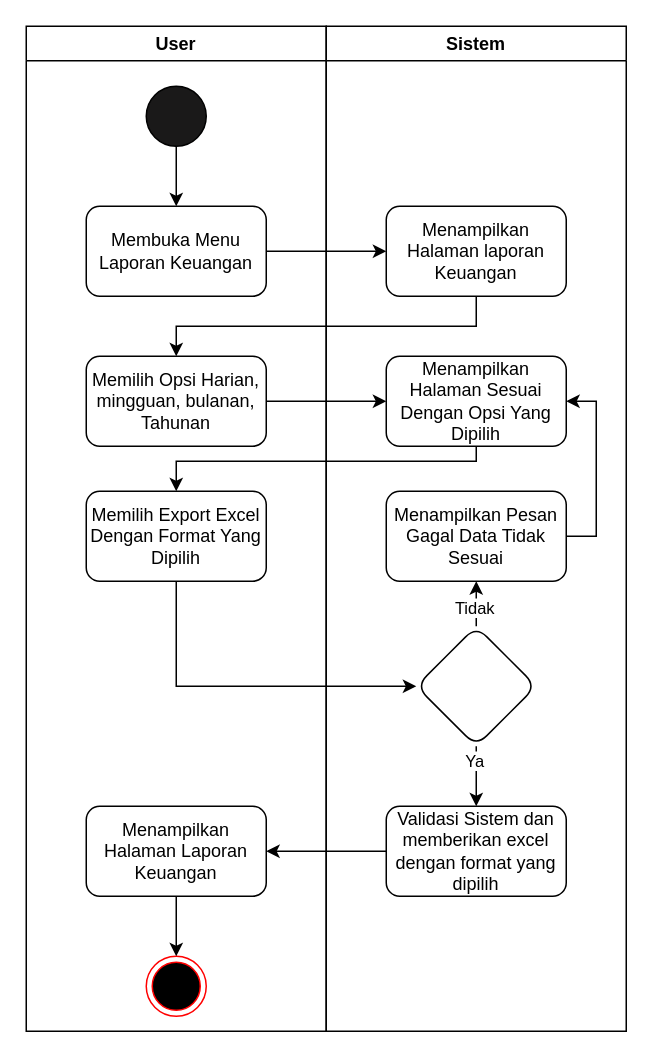
Before: page "Laporan Keunagan - pemilik" (11 of 14) of Doc/UseCase/Feby-1.drawio in gustitriprayoga/sistem-umkm-feby, a draw.io diagram. Source tidied: cells renumbered, new cells numbered last; positions are measured from the earlier drawing's top-left corner, leaving out a move shared by most shapes. Both pictures are drawn from the tidied source at 150%, with x=0, y=0 at pixel (26, 26).
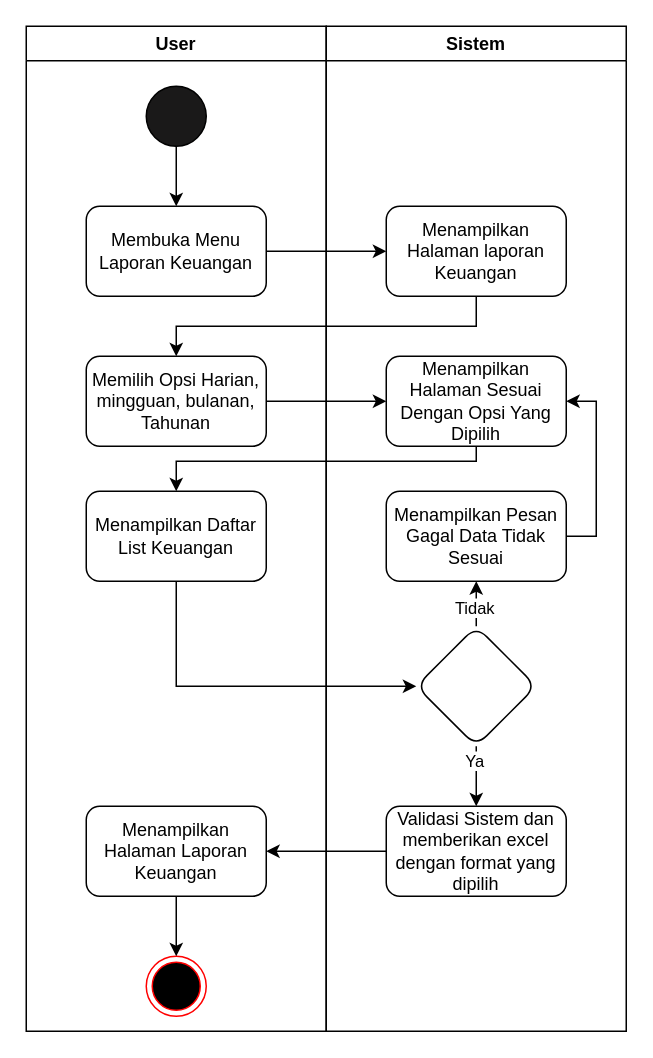
Above is the later version.

What changed in the source:
```diff
@@
-    <mxCell id="14" value="Memilih Export Excel Dengan Format Yang Dipilih" style="rounded=1;whiteSpace=wrap;html=1;" parent="1" vertex="1">
+    <mxCell id="14" value="Menampilkan Daftar List Keuangan" style="rounded=1;whiteSpace=wrap;html=1;" parent="1" vertex="1">
       <mxGeometry x="40" y="310" width="120" height="60" as="geometry" />
     </mxCell>
```
